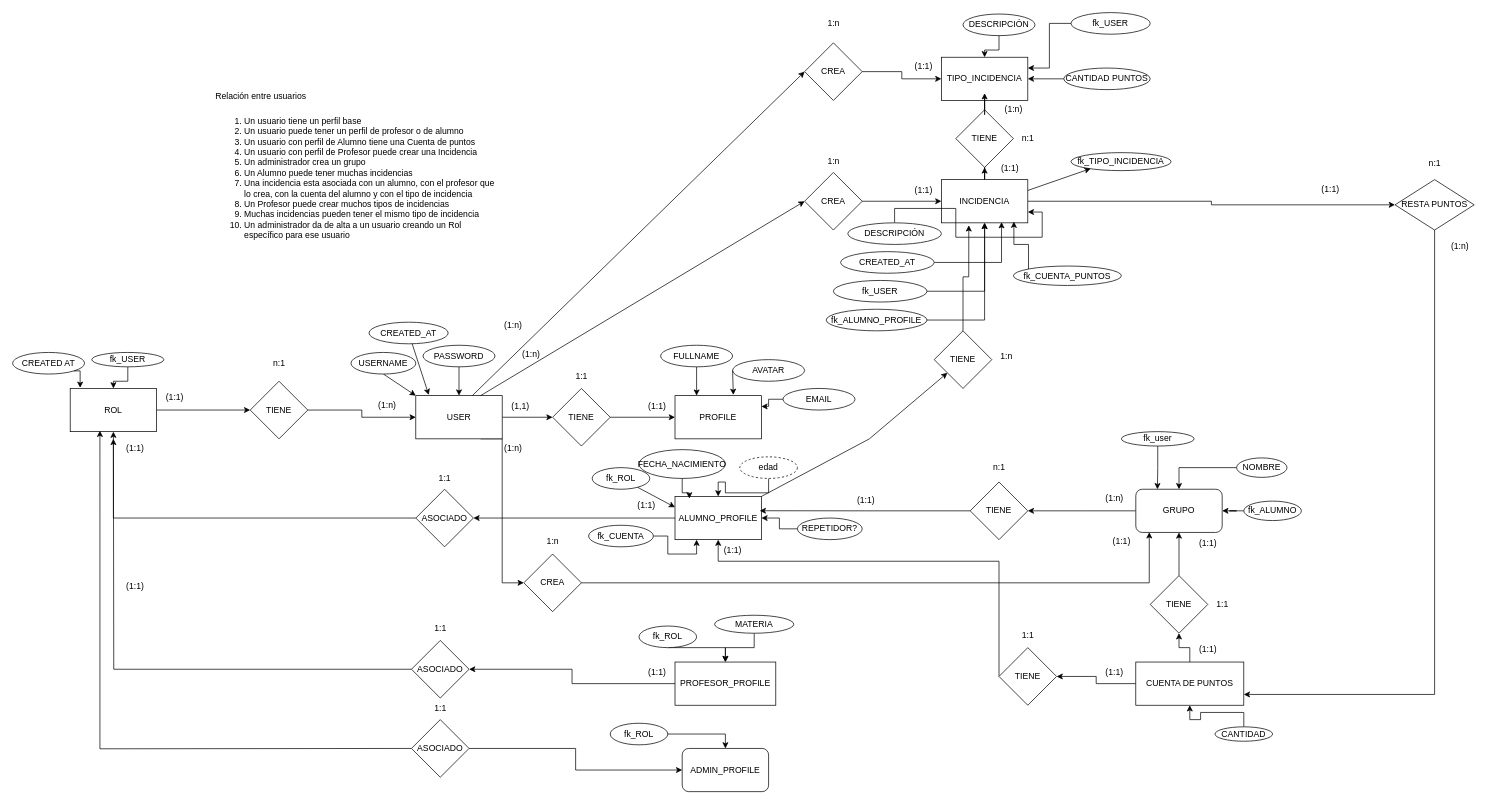
This is DIAGRAMA-CARNET-PUNTOS.drawio from V4l3ntino/api-carnet-puntos, a draw.io file, before an edit. Source tidied: cells renumbered, new cells numbered last; positions are measured from the earlier drawing's top-left corner, leaving out a move shared by most shapes. Both pictures are drawn from the tidied source at 72%, with x=0, y=0 at pixel (12, 12).
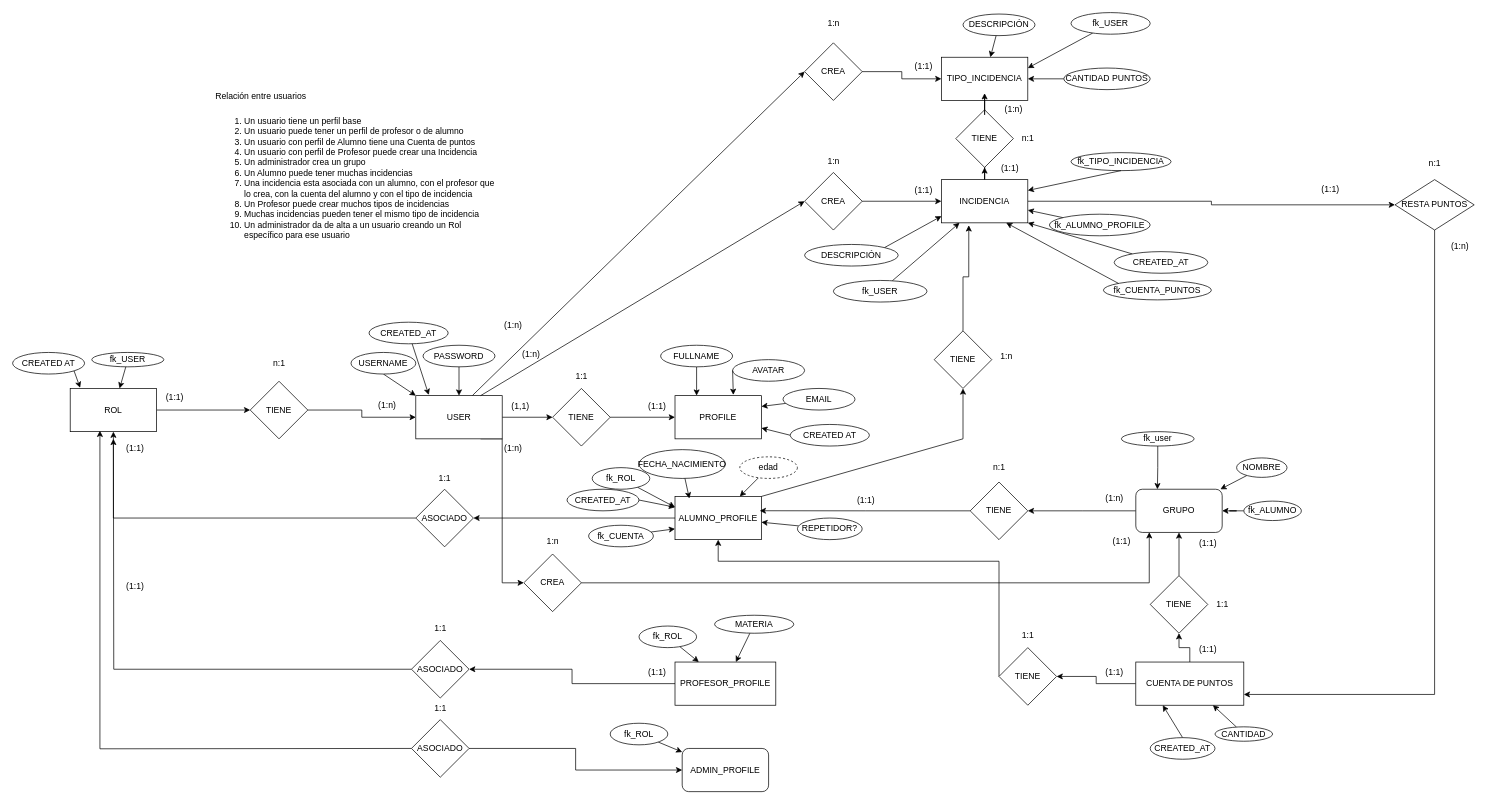
After the change.

Commit message:
Pongo lineas rectas para los atributos de las entidades

Unchanged cells that the change refers to:
```xml
<mxCell id="8" value="PROFILE" style="whiteSpace=wrap;html=1;" parent="1" vertex="1">
<mxCell id="19" value="EMAIL" style="ellipse;whiteSpace=wrap;html=1;" parent="1" vertex="1">
<mxCell id="25" value="ROL" style="whiteSpace=wrap;html=1;" parent="1" vertex="1">
<mxCell id="26" value="CREATED AT" style="ellipse;whiteSpace=wrap;html=1;" parent="1" vertex="1">
<mxCell id="31" value="fk_USER" style="ellipse;whiteSpace=wrap;html=1;" parent="1" vertex="1">
<mxCell id="35" value="ALUMNO_PROFILE" style="whiteSpace=wrap;html=1;" parent="1" vertex="1">
<mxCell id="37" value="PROFESOR_PROFILE" style="whiteSpace=wrap;html=1;" parent="1" vertex="1">
<mxCell id="51" value="fk_ROL" style="ellipse;whiteSpace=wrap;html=1;" parent="1" vertex="1">
<mxCell id="53" value="REPETIDOR?" style="ellipse;whiteSpace=wrap;html=1;" parent="1" vertex="1">
<mxCell id="55" value="edad" style="ellipse;whiteSpace=wrap;html=1;dashed=1;" parent="1" vertex="1">
<mxCell id="56" value="FECHA_NACIMIENTO" style="ellipse;whiteSpace=wrap;html=1;" parent="1" vertex="1">
<mxCell id="58" value="ADMIN_PROFILE" style="rounded=1;whiteSpace=wrap;html=1;" parent="1" vertex="1">
<mxCell id="60" value="fk_ROL" style="ellipse;whiteSpace=wrap;html=1;" parent="1" vertex="1">
<mxCell id="66" value="GRUPO" style="rounded=1;whiteSpace=wrap;html=1;" parent="1" vertex="1">
<mxCell id="68" value="NOMBRE" style="ellipse;whiteSpace=wrap;html=1;" parent="1" vertex="1">
<mxCell id="78" value="CUENTA DE PUNTOS" style="rounded=0;whiteSpace=wrap;html=1;" parent="1" vertex="1">
<mxCell id="80" value="CANTIDAD" style="ellipse;whiteSpace=wrap;html=1;" parent="1" vertex="1">
<mxCell id="88" value="fk_CUENTA" style="ellipse;whiteSpace=wrap;html=1;" parent="1" vertex="1">
<mxCell id="96" value="INCIDENCIA" style="whiteSpace=wrap;html=1;" parent="1" vertex="1">
<mxCell id="97" value="TIPO_INCIDENCIA" style="whiteSpace=wrap;html=1;" parent="1" vertex="1">
<mxCell id="99" value="DESCRIPCIÓN" style="ellipse;whiteSpace=wrap;html=1;" parent="1" vertex="1">
<mxCell id="115" value="fk_USER" style="ellipse;whiteSpace=wrap;html=1;" parent="1" vertex="1">
<mxCell id="117" value="fk_USER" style="ellipse;whiteSpace=wrap;html=1;" parent="1" vertex="1">
<mxCell id="122" value="TIENE" style="rhombus;whiteSpace=wrap;html=1;" parent="1" vertex="1">
<mxCell id="132" value="fk_TIPO_INCIDENCIA" style="ellipse;whiteSpace=wrap;html=1;" parent="1" vertex="1">
<mxCell id="139" value="MATERIA" style="ellipse;whiteSpace=wrap;html=1;" parent="1" vertex="1">
```

What changed in the source:
```diff
@@
-    <mxCell id="18" style="edgeStyle=orthogonalEdgeStyle;rounded=0;jettySize=auto;html=1;entryX=1;entryY=0.25;entryDx=0;entryDy=0;" parent="1" edge="1" source="19" target="8">
+    <mxCell id="18" style="rounded=0;jettySize=auto;html=1;entryX=1;entryY=0.25;entryDx=0;entryDy=0;" parent="1" edge="1" source="19" target="8">
       <mxGeometry relative="1" as="geometry" />
     </mxCell>
@@
-    <mxCell id="30" style="edgeStyle=orthogonalEdgeStyle;rounded=0;jettySize=auto;html=1;" parent="1" edge="1" source="31" target="25">
+    <mxCell id="30" style="rounded=0;jettySize=auto;html=1;" parent="1" edge="1" source="31" target="25">
       <mxGeometry relative="1" as="geometry" />
     </mxCell>
@@
-    <mxCell id="32" style="edgeStyle=orthogonalEdgeStyle;rounded=0;jettySize=auto;html=1;exitX=1;exitY=1;exitDx=0;exitDy=0;entryX=0.115;entryY=-0.015;entryDx=0;entryDy=0;entryPerimeter=0;" parent="1" edge="1" source="26" target="25">
+    <mxCell id="32" style="rounded=0;jettySize=auto;html=1;exitX=1;exitY=1;exitDx=0;exitDy=0;entryX=0.115;entryY=-0.015;entryDx=0;entryDy=0;entryPerimeter=0;" parent="1" edge="1" source="26" target="25">
       <mxGeometry relative="1" as="geometry" />
     </mxCell>
@@
     <mxCell id="34" style="rounded=0;jettySize=auto;html=1;exitX=1;exitY=0;exitDx=0;exitDy=0;" parent="1" edge="1" source="35" target="122">
       <mxGeometry relative="1" as="geometry">
         <Array as="points">
-          <mxPoint x="1190" y="592" />
+          <mxPoint x="1320" y="592" />
         </Array>
       </mxGeometry>
     </mxCell>
@@
-    <mxCell id="42" value="(1:1)" style="text;html=1;align=center;verticalAlign=middle;strokeColor=none;fillColor=none;" parent="1" vertex="1">
-      <mxGeometry x="855" y="670" width="50" height="30" as="geometry" />
-    </mxCell>
@@
-    <mxCell id="50" style="edgeStyle=orthogonalEdgeStyle;rounded=0;jettySize=auto;html=1;" parent="1" edge="1" source="51" target="37">
-      <mxGeometry relative="1" as="geometry">
-        <Array as="points">
-          <mxPoint x="990" y="882" />
-        </Array>
-      </mxGeometry>
+    <mxCell id="50" style="rounded=0;jettySize=auto;html=1;" parent="1" edge="1" source="51" target="37">
+      <mxGeometry relative="1" as="geometry" />
     </mxCell>
@@
-    <mxCell id="52" style="edgeStyle=orthogonalEdgeStyle;rounded=0;jettySize=auto;html=1;" parent="1" edge="1" source="53" target="35">
+    <mxCell id="52" style="rounded=0;jettySize=auto;html=1;" parent="1" edge="1" source="53" target="35">
       <mxGeometry relative="1" as="geometry" />
     </mxCell>
@@
-    <mxCell id="54" style="edgeStyle=orthogonalEdgeStyle;rounded=0;jettySize=auto;html=1;" parent="1" edge="1" source="55" target="35">
+    <mxCell id="54" style="rounded=0;jettySize=auto;html=1;" parent="1" edge="1" source="55" target="35">
       <mxGeometry relative="1" as="geometry" />
     </mxCell>
@@
-    <mxCell id="57" style="edgeStyle=orthogonalEdgeStyle;rounded=0;jettySize=auto;html=1;entryX=0.166;entryY=0.047;entryDx=0;entryDy=0;entryPerimeter=0;" parent="1" edge="1" source="56" target="35">
+    <mxCell id="57" style="rounded=0;jettySize=auto;html=1;entryX=0.166;entryY=0.047;entryDx=0;entryDy=0;entryPerimeter=0;" parent="1" edge="1" source="56" target="35">
       <mxGeometry relative="1" as="geometry" />
     </mxCell>
@@
-    <mxCell id="59" style="edgeStyle=orthogonalEdgeStyle;rounded=0;jettySize=auto;html=1;" parent="1" edge="1" source="60" target="58">
+    <mxCell id="59" style="rounded=0;jettySize=auto;html=1;" parent="1" edge="1" source="60" target="58">
       <mxGeometry relative="1" as="geometry" />
     </mxCell>
@@
-    <mxCell id="67" style="edgeStyle=orthogonalEdgeStyle;rounded=0;jettySize=auto;html=1;" parent="1" edge="1" source="68" target="66">
+    <mxCell id="67" style="rounded=0;jettySize=auto;html=1;" parent="1" edge="1" source="68" target="66">
       <mxGeometry relative="1" as="geometry" />
     </mxCell>
@@
-    <mxCell id="79" style="edgeStyle=orthogonalEdgeStyle;rounded=0;jettySize=auto;html=1;" parent="1" edge="1" source="80" target="78">
+    <mxCell id="79" style="rounded=0;jettySize=auto;html=1;" parent="1" edge="1" source="80" target="78">
       <mxGeometry relative="1" as="geometry" />
     </mxCell>
@@
-    <mxCell id="83" value="(1:1)" style="text;html=1;align=center;verticalAlign=middle;strokeColor=none;fillColor=none;" parent="1" vertex="1">
-      <mxGeometry x="975" y="732" width="50" height="30" as="geometry" />
-    </mxCell>
@@
-    <mxCell id="87" style="edgeStyle=orthogonalEdgeStyle;rounded=0;jettySize=auto;html=1;entryX=0.25;entryY=1;entryDx=0;entryDy=0;" parent="1" edge="1" source="88" target="35">
+    <mxCell id="87" style="rounded=0;jettySize=auto;html=1;entryX=0;entryY=0.75;entryDx=0;entryDy=0;" parent="1" edge="1" source="88" target="35">
       <mxGeometry relative="1" as="geometry" />
     </mxCell>
@@
-    <mxCell id="98" style="edgeStyle=orthogonalEdgeStyle;rounded=0;jettySize=auto;html=1;" parent="1" edge="1" source="99" target="97">
+    <mxCell id="98" style="rounded=0;jettySize=auto;html=1;" parent="1" edge="1" source="99" target="97">
       <mxGeometry relative="1" as="geometry" />
     </mxCell>
@@
-    <mxCell id="114" style="edgeStyle=orthogonalEdgeStyle;rounded=0;jettySize=auto;html=1;" parent="1" edge="1" source="115" target="96">
+    <mxCell id="114" style="rounded=0;jettySize=auto;html=1;" parent="1" edge="1" source="115" target="96">
       <mxGeometry relative="1" as="geometry" />
     </mxCell>
@@
-    <mxCell id="116" style="edgeStyle=orthogonalEdgeStyle;rounded=0;jettySize=auto;html=1;entryX=1;entryY=0.25;entryDx=0;entryDy=0;" parent="1" edge="1" source="117" target="97">
+    <mxCell id="116" style="rounded=0;jettySize=auto;html=1;entryX=1;entryY=0.25;entryDx=0;entryDy=0;" parent="1" edge="1" source="117" target="97">
       <mxGeometry relative="1" as="geometry" />
     </mxCell>
@@
-    <mxCell id="118" style="edgeStyle=orthogonalEdgeStyle;rounded=0;jettySize=auto;html=1;entryX=0.696;entryY=0.984;entryDx=0;entryDy=0;entryPerimeter=0;" parent="1" edge="1" source="119" target="96">
+    <mxCell id="118" style="rounded=0;jettySize=auto;html=1;entryX=1;entryY=1;entryDx=0;entryDy=0;" parent="1" edge="1" source="119" target="96">
       <mxGeometry relative="1" as="geometry" />
     </mxCell>
     <mxCell id="119" value="CREATED_AT" style="ellipse;whiteSpace=wrap;html=1;" parent="1" vertex="1">
-      <mxGeometry x="1150" y="332" width="130" height="30" as="geometry" />
+      <mxGeometry x="1530" y="332" width="130" height="30" as="geometry" />
     </mxCell>
-    <mxCell id="120" style="edgeStyle=orthogonalEdgeStyle;rounded=0;jettySize=auto;html=1;entryX=1;entryY=0.75;entryDx=0;entryDy=0;" parent="1" edge="1" source="121" target="96">
-      <mxGeometry relative="1" as="geometry" />
-    </mxCell>
     <mxCell id="121" value="DESCRIPCIÓN" style="ellipse;whiteSpace=wrap;html=1;" parent="1" vertex="1">
-      <mxGeometry x="1160" y="292" width="130" height="30" as="geometry" />
+      <mxGeometry x="1100" y="322" width="130" height="30" as="geometry" />
     </mxCell>
@@
-    <mxCell id="125" style="edgeStyle=orthogonalEdgeStyle;rounded=0;jettySize=auto;html=1;" parent="1" edge="1" source="126" target="96">
+    <mxCell id="125" style="rounded=0;jettySize=auto;html=1;" parent="1" edge="1" source="126" target="96">
       <mxGeometry relative="1" as="geometry" />
     </mxCell>
     <mxCell id="126" value="fk_ALUMNO_PROFILE" style="ellipse;whiteSpace=wrap;html=1;" parent="1" vertex="1">
-      <mxGeometry x="1130" y="412" width="140" height="30" as="geometry" />
+      <mxGeometry x="1440" y="280" width="140" height="30" as="geometry" />
     </mxCell>
@@
-    <mxCell id="133" style="rounded=0;jettySize=auto;html=1;exitX=1;exitY=0.25;exitDx=0;exitDy=0;entryX=0.196;entryY=0.887;entryDx=0;entryDy=0;entryPerimeter=0;" parent="1" edge="1" source="96" target="132">
+    <mxCell id="133" style="rounded=0;jettySize=auto;html=1;exitX=0.5;exitY=1;exitDx=0;exitDy=0;entryX=1;entryY=0.25;entryDx=0;entryDy=0;" parent="1" edge="1" source="132" target="96">
       <mxGeometry relative="1" as="geometry" />
     </mxCell>
@@
-    <mxCell id="138" style="edgeStyle=orthogonalEdgeStyle;rounded=0;jettySize=auto;html=1;" parent="1" edge="1" source="139" target="37">
+    <mxCell id="138" style="rounded=0;jettySize=auto;html=1;" parent="1" edge="1" source="139" target="37">
       <mxGeometry relative="1" as="geometry" />
     </mxCell>
@@
     <mxCell id="143" value="fk_CUENTA_PUNTOS" style="ellipse;whiteSpace=wrap;html=1;" parent="1" vertex="1">
-      <mxGeometry x="1390" y="352" width="150" height="27" as="geometry" />
+      <mxGeometry x="1515" y="372" width="150" height="27" as="geometry" />
     </mxCell>
-    <mxCell id="144" style="edgeStyle=orthogonalEdgeStyle;rounded=0;jettySize=auto;html=1;exitX=0;exitY=0;exitDx=0;exitDy=0;entryX=0.839;entryY=0.972;entryDx=0;entryDy=0;entryPerimeter=0;" parent="1" edge="1" source="143" target="96">
+    <mxCell id="144" style="rounded=0;jettySize=auto;html=1;exitX=0;exitY=0;exitDx=0;exitDy=0;entryX=0.75;entryY=1;entryDx=0;entryDy=0;" parent="1" edge="1" source="143" target="96">
       <mxGeometry relative="1" as="geometry" />
     </mxCell>
@@
+    <mxCell id="120" style="rounded=0;jettySize=auto;html=1;exitX=1;exitY=0;exitDx=0;exitDy=0;entryX=0.001;entryY=0.846;entryDx=0;entryDy=0;entryPerimeter=0;" parent="1" edge="1" source="121" target="96">
+      <mxGeometry relative="1" as="geometry" />
+    </mxCell>
+    <mxCell id="152" style="rounded=0;jettySize=auto;html=1;exitX=1;exitY=0.5;exitDx=0;exitDy=0;entryX=0;entryY=0.25;entryDx=0;entryDy=0;" parent="1" edge="1" source="153" target="35">
+      <mxGeometry relative="1" as="geometry" />
+    </mxCell>
+    <mxCell id="153" value="CREATED_AT" style="ellipse;whiteSpace=wrap;html=1;" parent="1" vertex="1">
+      <mxGeometry x="770" y="662" width="100" height="30" as="geometry" />
+    </mxCell>
+    <mxCell id="154" style="rounded=0;jettySize=auto;html=1;exitX=0;exitY=0.5;exitDx=0;exitDy=0;entryX=1;entryY=0.75;entryDx=0;entryDy=0;" parent="1" edge="1" source="155" target="8">
+      <mxGeometry relative="1" as="geometry" />
+    </mxCell>
+    <mxCell id="155" value="CREATED AT" style="ellipse;whiteSpace=wrap;html=1;" parent="1" vertex="1">
+      <mxGeometry x="1080" y="572" width="110" height="30" as="geometry" />
+    </mxCell>
+    <mxCell id="156" style="rounded=0;jettySize=auto;html=1;exitX=0.5;exitY=0;exitDx=0;exitDy=0;entryX=0.25;entryY=1;entryDx=0;entryDy=0;" parent="1" edge="1" source="157" target="78">
+      <mxGeometry relative="1" as="geometry" />
+    </mxCell>
+    <mxCell id="157" value="CREATED_AT" style="ellipse;whiteSpace=wrap;html=1;" parent="1" vertex="1">
+      <mxGeometry x="1580" y="1007" width="90" height="30" as="geometry" />
+    </mxCell>
```
